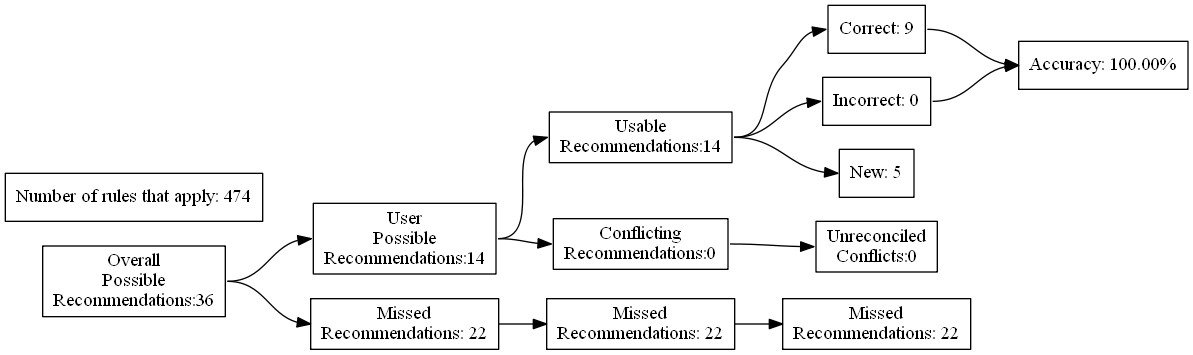
Earlier version of the Graphviz export test_renders/74.gv.png (ZaxR/ibd_diet_analysis). Its source is kept beside it as test_renders/74.gv.
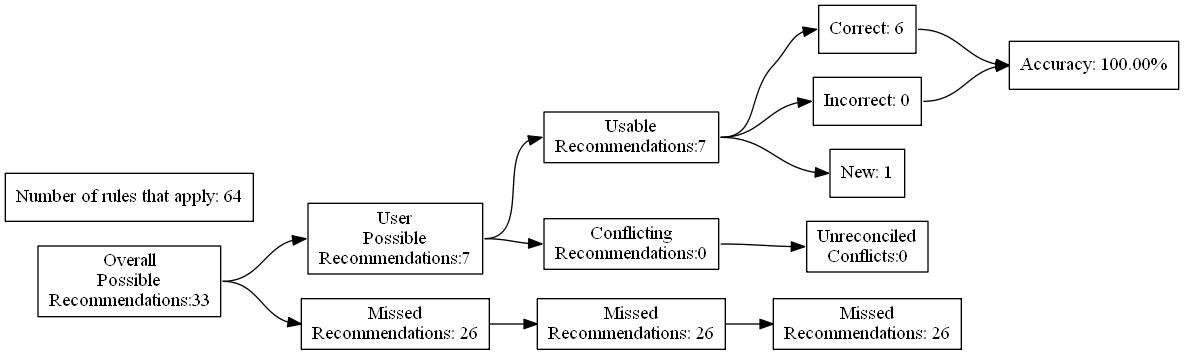
Later version of the same file.

What changed in the source:
```diff
@@ -4,27 +4,27 @@
 	edge [headport=w tailport=e]
 		A [label="Overall
 Possible
-Recommendations:36"]
+Recommendations:33"]
 		B [label="User
 Possible
-Recommendations:14"]
+Recommendations:7"]
 		C [label="Missed
-Recommendations: 22"]
+Recommendations: 26"]
 		D [label="Usable
-Recommendations:14"]
+Recommendations:7"]
 		E [label="Conflicting
 Recommendations:0"]
 		J [label="Missed
-Recommendations: 22"]
+Recommendations: 26"]
 		M [label="Unreconciled
 Conflicts:0"]
-		F [label="Correct: 9"]
+		F [label="Correct: 6"]
 		G [label="Incorrect: 0"]
-		H [label="New: 5"]
+		H [label="New: 1"]
 		K [label="Missed
-Recommendations: 22"]
+Recommendations: 26"]
 		I [label="Accuracy: 100.00%"]
-		l [label="Number of rules that apply: 474"]
+		l [label="Number of rules that apply: 64"]
 			A -> B
 			A -> C
 			B -> D
```
